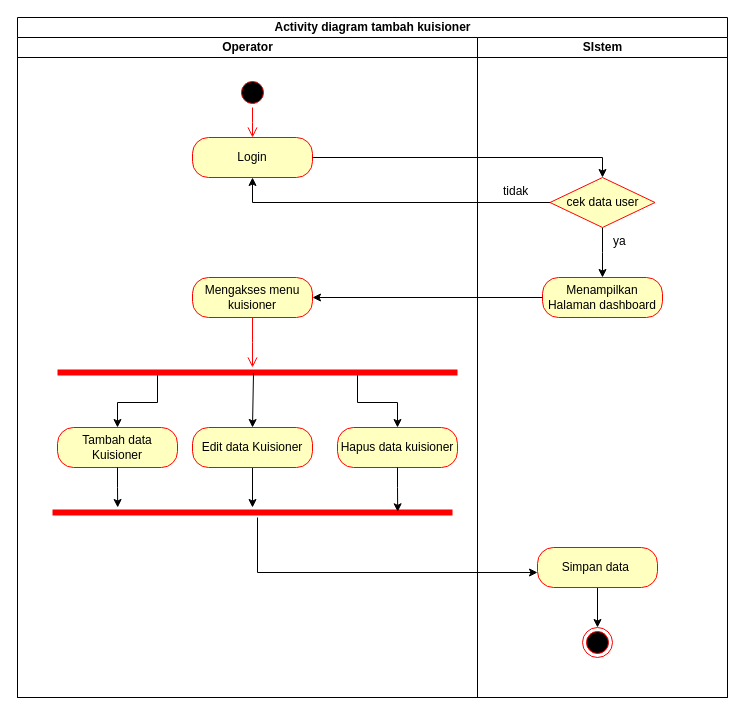
zzarr/Tugas-Akhir keeps this draw.io diagram as Activity_diagram_kelola_akun.drawio. Above is the earlier version. Source tidied: cells renumbered, new cells numbered last; positions are measured from the earlier drawing's top-left corner, leaving out a move shared by most shapes. Both pictures are drawn from the tidied source at 100%, with x=0, y=0 at pixel (17, 17).
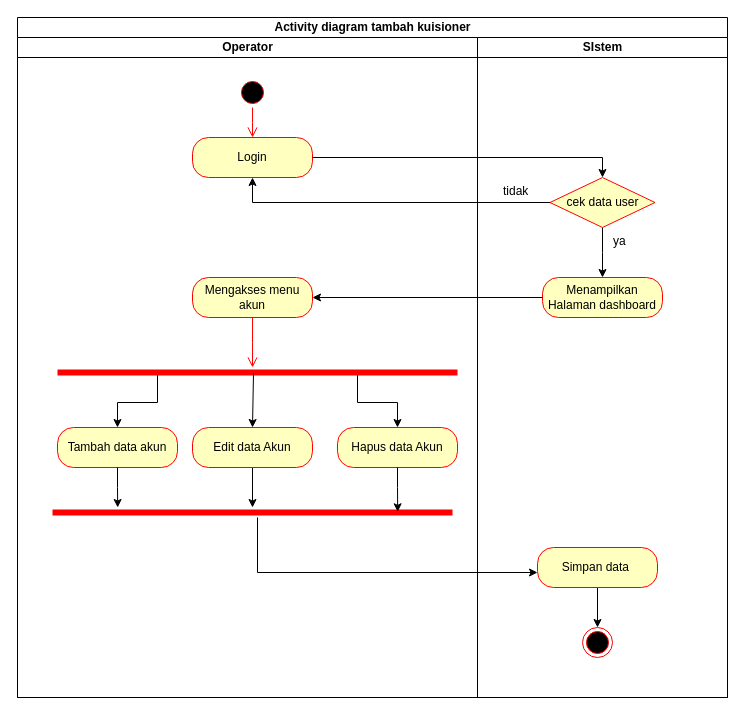
After the change.

The change refers to these unchanged cells:
```xml
<mxCell id="3" value="Operator" style="swimlane;startSize=20;html=1;" parent="2" vertex="1">
  <mxGeometry y="20" width="460" height="660" as="geometry" />
</mxCell>
```

The edit, as a diff of the source:
```diff
@@
-    <mxCell id="7" value="Mengakses menu kuisioner" style="rounded=1;whiteSpace=wrap;html=1;arcSize=40;fontColor=#000000;fillColor=#ffffc0;strokeColor=#ff0000;" parent="3" vertex="1">
+    <mxCell id="7" value="Mengakses menu akun" style="rounded=1;whiteSpace=wrap;html=1;arcSize=40;fontColor=#000000;fillColor=#ffffc0;strokeColor=#ff0000;" parent="3" vertex="1">
       <mxGeometry x="175" y="240" width="120" height="40" as="geometry" />
     </mxCell>
@@
-    <mxCell id="12" value="Tambah data Kuisioner" style="rounded=1;whiteSpace=wrap;html=1;arcSize=40;fontColor=#000000;fillColor=#ffffc0;strokeColor=#ff0000;" parent="3" vertex="1">
+    <mxCell id="12" value="Tambah data akun" style="rounded=1;whiteSpace=wrap;html=1;arcSize=40;fontColor=#000000;fillColor=#ffffc0;strokeColor=#ff0000;" parent="3" vertex="1">
       <mxGeometry x="40" y="390" width="120" height="40" as="geometry" />
     </mxCell>
@@
-    <mxCell id="14" value="Edit data Kuisioner" style="rounded=1;whiteSpace=wrap;html=1;arcSize=40;fontColor=#000000;fillColor=#ffffc0;strokeColor=#ff0000;" parent="3" vertex="1">
+    <mxCell id="14" value="Edit data Akun" style="rounded=1;whiteSpace=wrap;html=1;arcSize=40;fontColor=#000000;fillColor=#ffffc0;strokeColor=#ff0000;" parent="3" vertex="1">
       <mxGeometry x="175" y="390" width="120" height="40" as="geometry" />
     </mxCell>
-    <mxCell id="15" value="Hapus data kuisioner" style="rounded=1;whiteSpace=wrap;html=1;arcSize=40;fontColor=#000000;fillColor=#ffffc0;strokeColor=#ff0000;" parent="3" vertex="1">
+    <mxCell id="15" value="Hapus data Akun" style="rounded=1;whiteSpace=wrap;html=1;arcSize=40;fontColor=#000000;fillColor=#ffffc0;strokeColor=#ff0000;" parent="3" vertex="1">
       <mxGeometry x="320" y="390" width="120" height="40" as="geometry" />
     </mxCell>
```
